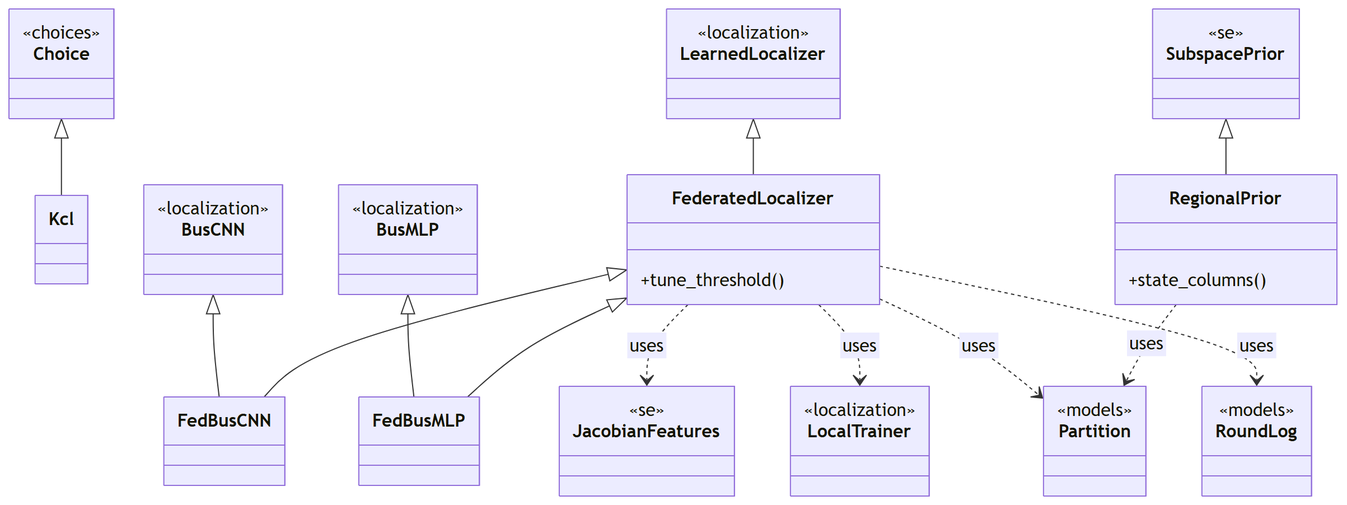
The Mermaid diagram docs/figures/diagrams/classes_federated.png in myersben9/fdia-graph, before a commit. Its source is kept beside it as docs/figures/diagrams/classes_federated.mmd.
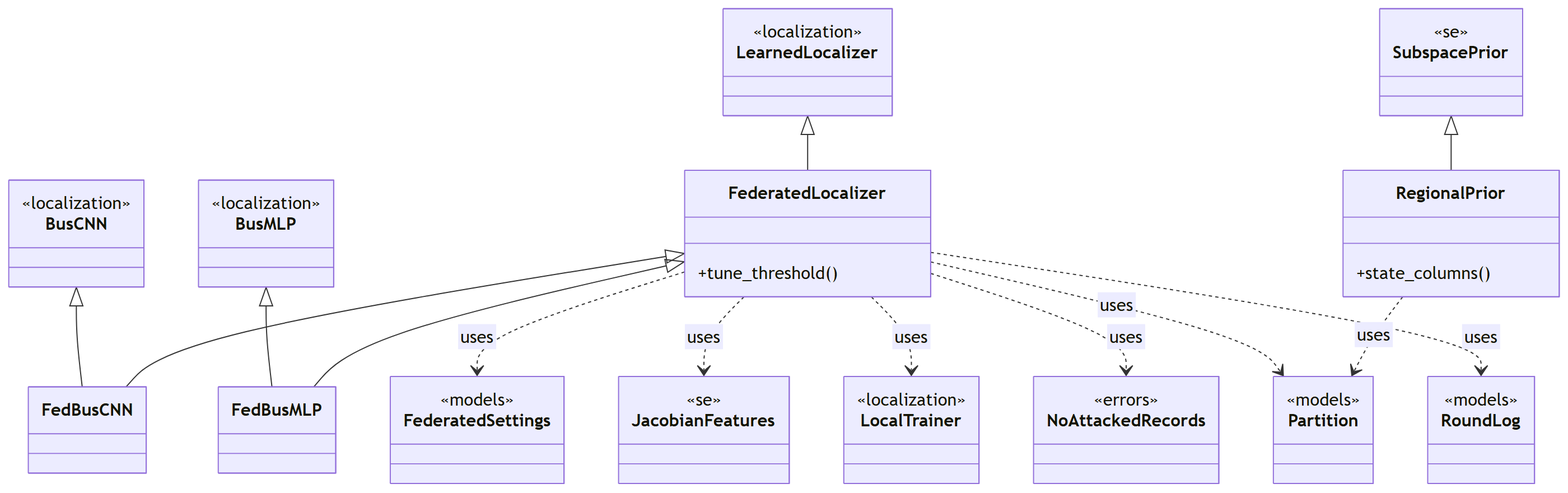
After the commit.

What changed in the source:
```diff
@@ -1,6 +1,4 @@
 classDiagram
-    class Kcl {
-    }
     class FederatedLocalizer {
         +tune_threshold()
     }
@@ -17,8 +15,8 @@
     class BusMLP {
         <<localization>>
     }
-    class Choice {
-        <<choices>>
+    class FederatedSettings {
+        <<models>>
     }
     class JacobianFeatures {
         <<se>>
@@ -28,6 +26,9 @@
     }
     class LocalTrainer {
         <<localization>>
+    }
+    class NoAttackedRecords {
+        <<errors>>
     }
     class Partition {
         <<models>>
@@ -40,13 +41,14 @@
     }
     BusCNN <|-- FedBusCNN
     BusMLP <|-- FedBusMLP
-    Choice <|-- Kcl
     FederatedLocalizer <|-- FedBusCNN
     FederatedLocalizer <|-- FedBusMLP
     LearnedLocalizer <|-- FederatedLocalizer
     SubspacePrior <|-- RegionalPrior
+    FederatedLocalizer ..> FederatedSettings : uses
     FederatedLocalizer ..> JacobianFeatures : uses
     FederatedLocalizer ..> LocalTrainer : uses
+    FederatedLocalizer ..> NoAttackedRecords : uses
     FederatedLocalizer ..> Partition : uses
     FederatedLocalizer ..> RoundLog : uses
     RegionalPrior ..> Partition : uses
```
